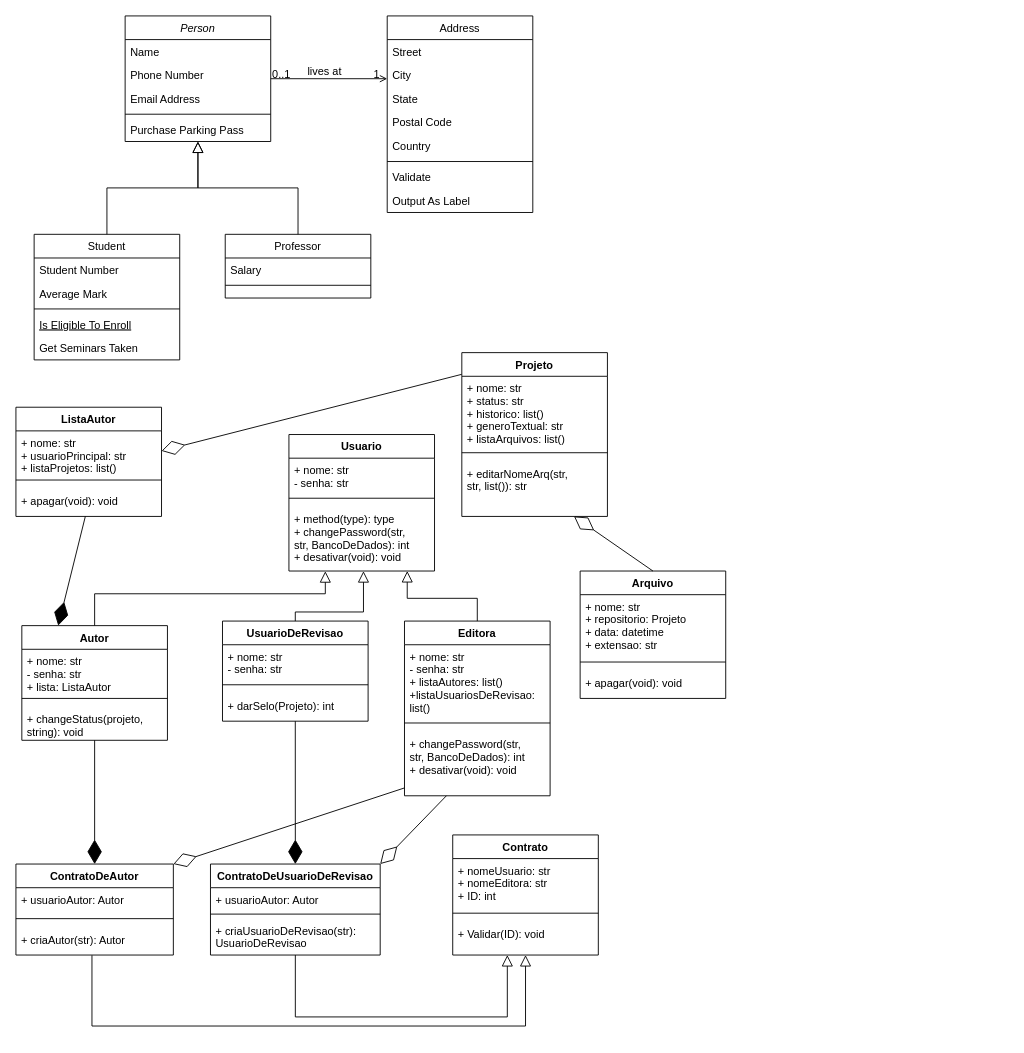
This is Diagrama de Classes.drawio from bruniculos08/PPR0001, a draw.io file, before an edit. Source tidied: cells renumbered, new cells numbered last; positions are measured from the earlier drawing's top-left corner, leaving out a move shared by most shapes. Both pictures are drawn from the tidied source at 91%, with x=0, y=0 at pixel (15, 15).
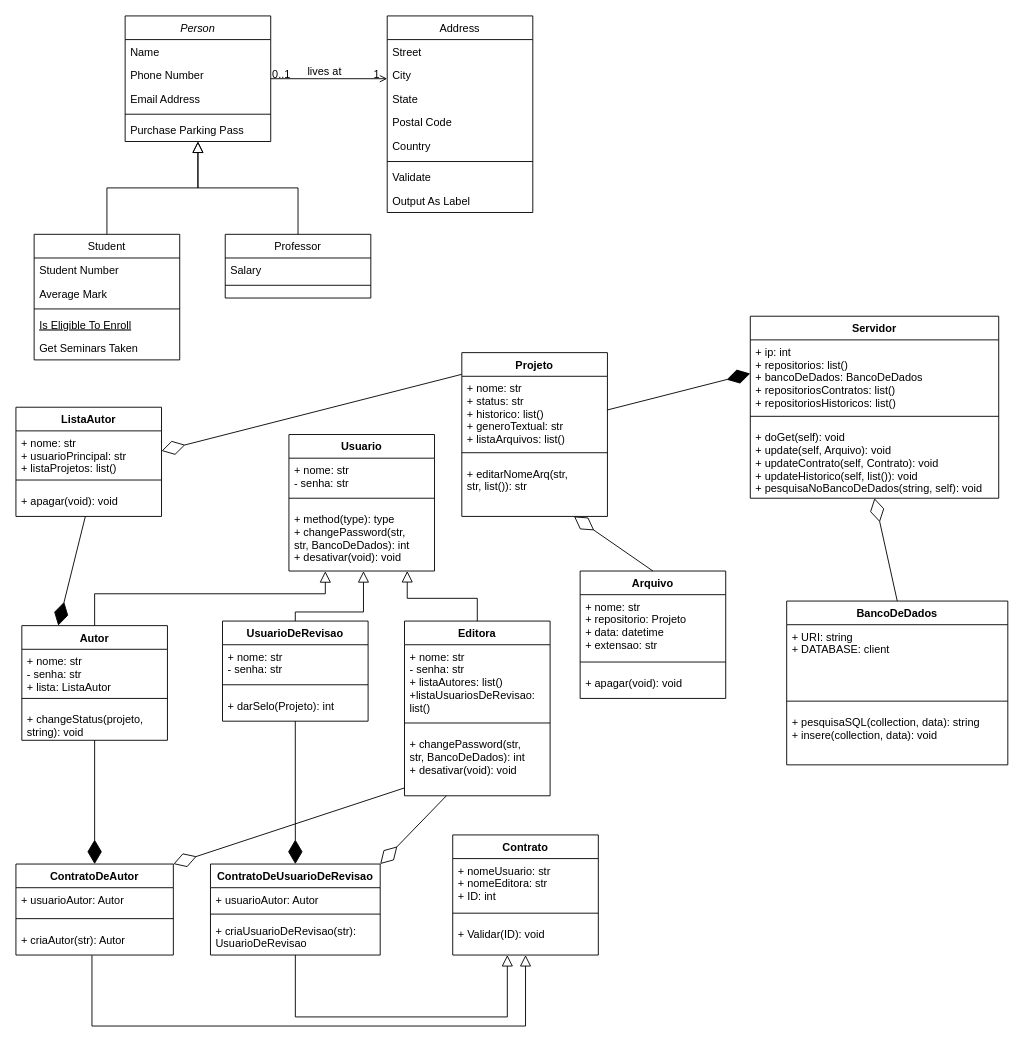
The same page after the edit.

The change refers to these unchanged cells:
```xml
<mxCell id="47" value="+ nome: str&#10;+ status: str&#10;+ historico: list()&#10;+ generoTextual: str&#10;+ listaArquivos: list()" style="text;strokeColor=none;fillColor=none;align=left;verticalAlign=top;spacingLeft=4;spacingRight=4;overflow=hidden;points=[[0,0.5],[1,0.5]];portConstraint=eastwest;" parent="46" vertex="1">
  <mxGeometry y="26" width="160" height="74" as="geometry" />
</mxCell>
```

Diff of the diagram source:
```diff
@@
+    <mxCell id="84" value="Servidor" style="swimlane;fontStyle=1;align=center;verticalAlign=top;horizontal=1;startSize=26;" parent="1" vertex="1">
+      <mxGeometry x="807" y="330" width="273" height="200" as="geometry" />
+    </mxCell>
+    <mxCell id="85" value="+ ip: int&#10;+ repositorios: list()&#10;+ bancoDeDados: BancoDeDados&#10;+ repositoriosContratos: list()&#10;+ repositoriosHistoricos: list()" style="text;strokeColor=none;fillColor=none;align=left;verticalAlign=top;spacingLeft=4;spacingRight=4;overflow=hidden;points=[[0,0.5],[1,0.5]];portConstraint=eastwest;" parent="84" vertex="1">
+      <mxGeometry y="26" width="273" height="74" as="geometry" />
+    </mxCell>
+    <mxCell id="86" style="line;strokeWidth=1;fillColor=none;align=left;verticalAlign=middle;spacingTop=-1;spacingLeft=3;spacingRight=3;labelPosition=right;" parent="84" vertex="1">
+      <mxGeometry y="100" width="273" height="20" as="geometry" />
+    </mxCell>
+    <mxCell id="87" value="+ doGet(self): void&#10;+ update(self, Arquivo): void&#10;+ updateContrato(self, Contrato): void&#10;+ updateHistorico(self, list()): void&#10;+ pesquisaNoBancoDeDados(string, self): void" style="text;strokeColor=none;fillColor=none;align=left;verticalAlign=top;spacingLeft=4;spacingRight=4;overflow=hidden;" parent="84" vertex="1">
+      <mxGeometry y="120" width="273" height="80" as="geometry" />
+    </mxCell>
+    <mxCell id="88" style="endArrow=diamondThin;endFill=1;endSize=24;html=1;rounded=0;exitX=1;exitY=0.5;exitDx=0;exitDy=0;entryX=0;entryY=0.5;entryDx=0;entryDy=0;" parent="1" edge="1" source="47" target="85">
+      <mxGeometry relative="1" as="geometry" />
+    </mxCell>
+    <mxCell id="89" value="BancoDeDados" style="swimlane;fontStyle=1;align=center;verticalAlign=top;horizontal=1;startSize=26;" parent="1" vertex="1">
+      <mxGeometry x="847" y="643" width="243" height="180" as="geometry" />
+    </mxCell>
+    <mxCell id="90" value="+ URI: string&#10;+ DATABASE: client" style="text;strokeColor=none;fillColor=none;align=left;verticalAlign=top;spacingLeft=4;spacingRight=4;overflow=hidden;" parent="89" vertex="1">
+      <mxGeometry y="26" width="243" height="74" as="geometry" />
+    </mxCell>
+    <mxCell id="91" style="line;strokeWidth=1;fillColor=none;align=left;verticalAlign=middle;spacingTop=-1;spacingLeft=3;spacingRight=3;labelPosition=right;" parent="89" vertex="1">
+      <mxGeometry y="100" width="243" height="20" as="geometry" />
+    </mxCell>
+    <mxCell id="92" value="+ pesquisaSQL(collection, data): string&#10;+ insere(collection, data): void" style="text;strokeColor=none;fillColor=none;align=left;verticalAlign=top;spacingLeft=4;spacingRight=4;overflow=hidden;" parent="89" vertex="1">
+      <mxGeometry y="120" width="243" height="60" as="geometry" />
+    </mxCell>
+    <mxCell id="93" style="endArrow=diamondThin;endFill=0;endSize=24;html=1;rounded=0;exitX=0.5;exitY=0;exitDx=0;exitDy=0;" parent="1" edge="1" source="89">
+      <mxGeometry relative="1" as="geometry">
+        <mxPoint x="943.5" y="530" as="targetPoint" />
+      </mxGeometry>
+    </mxCell>
```
